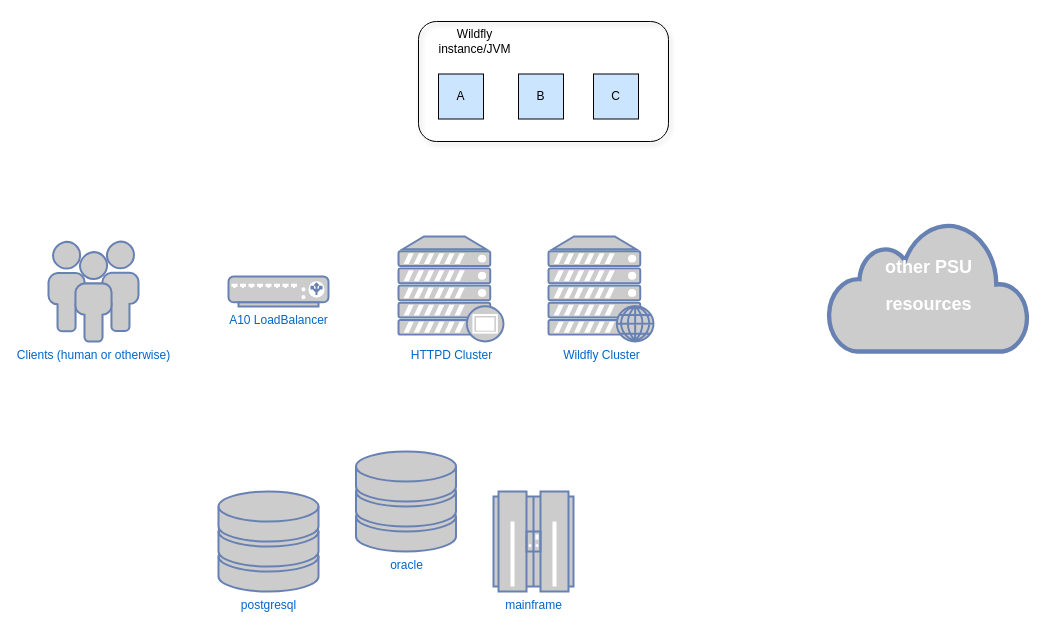
This is old-state.drawio from PennState/draw.io, a draw.io file, before an edit. Source tidied: cells renumbered, new cells numbered last; positions are measured from the earlier drawing's top-left corner, leaving out a move shared by most shapes. Both pictures are drawn from the tidied source at 100%, with x=0, y=0 at pixel (48, 21).
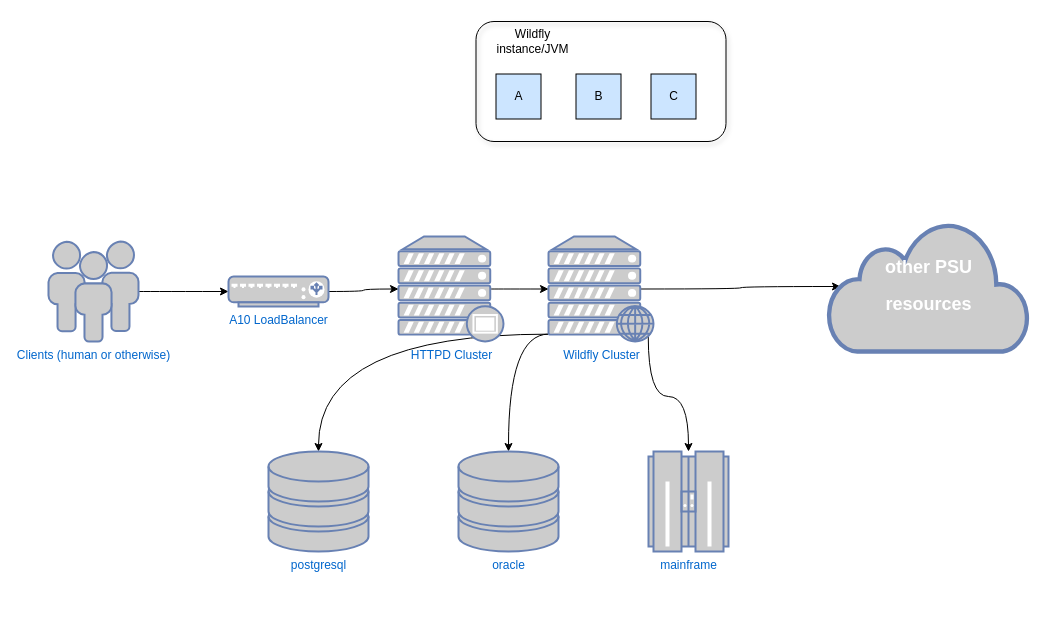
The same diagram, later.

The change refers to these unchanged cells:
```xml
<mxCell id="2" value="Clients (human or otherwise)" style="fontColor=#0066CC;verticalAlign=top;verticalLabelPosition=bottom;labelPosition=center;align=center;html=1;outlineConnect=0;fillColor=#CCCCCC;strokeColor=#6881B3;gradientColor=none;gradientDirection=north;strokeWidth=2;shape=mxgraph.networks.users;" parent="1" vertex="1">
  <mxGeometry y="220" width="90" height="100" as="geometry" />
</mxCell>
<mxCell id="3" value="&lt;div&gt;Wildfly Cluster&lt;/div&gt;" style="fontColor=#0066CC;verticalAlign=top;verticalLabelPosition=bottom;labelPosition=center;align=center;html=1;outlineConnect=0;fillColor=#CCCCCC;strokeColor=#6881B3;gradientColor=none;gradientDirection=north;strokeWidth=2;shape=mxgraph.networks.web_server;" parent="1" vertex="1">
  <mxGeometry x="500" y="215" width="105" height="105" as="geometry" />
</mxCell>
<mxCell id="4" value="&lt;div&gt;HTTPD Cluster&lt;/div&gt;" style="fontColor=#0066CC;verticalAlign=top;verticalLabelPosition=bottom;labelPosition=center;align=center;html=1;outlineConnect=0;fillColor=#CCCCCC;strokeColor=#6881B3;gradientColor=none;gradientDirection=north;strokeWidth=2;shape=mxgraph.networks.proxy_server;" parent="1" vertex="1">
  <mxGeometry x="350" y="215" width="105" height="105" as="geometry" />
</mxCell>
<mxCell id="5" value="A10 LoadBalancer" style="fontColor=#0066CC;verticalAlign=top;verticalLabelPosition=bottom;labelPosition=center;align=center;html=1;outlineConnect=0;fillColor=#CCCCCC;strokeColor=#6881B3;gradientColor=none;gradientDirection=north;strokeWidth=2;shape=mxgraph.networks.load_balancer;" parent="1" vertex="1">
  <mxGeometry x="180" y="255" width="100" height="30" as="geometry" />
</mxCell>
<mxCell id="9" value="&lt;div&gt;&lt;h2&gt;&lt;b&gt;other PSU&lt;/b&gt;&lt;/h2&gt;&lt;h2&gt;&lt;b&gt;resources&lt;/b&gt;&lt;/h2&gt;&lt;/div&gt;" style="html=1;outlineConnect=0;fillColor=#CCCCCC;strokeColor=#6881B3;gradientColor=none;gradientDirection=north;strokeWidth=2;shape=mxgraph.networks.cloud;fontColor=#ffffff;" parent="1" vertex="1">
  <mxGeometry x="780" y="200" width="200" height="130" as="geometry" />
</mxCell>
```

Change to the diagram source:
```diff
@@
+    <mxCell id="16" style="edgeStyle=orthogonalEdgeStyle;curved=1;rounded=0;jettySize=auto;html=1;exitX=1;exitY=0.5;exitDx=0;exitDy=0;exitPerimeter=0;entryX=0;entryY=0.5;entryDx=0;entryDy=0;entryPerimeter=0;" parent="1" edge="1" source="2" target="5">
+      <mxGeometry relative="1" as="geometry" />
+    </mxCell>
@@
+    <mxCell id="17" style="edgeStyle=orthogonalEdgeStyle;rounded=0;jettySize=auto;html=1;exitX=0.88;exitY=0.5;exitDx=0;exitDy=0;exitPerimeter=0;entryX=0.06;entryY=0.5;entryDx=0;entryDy=0;entryPerimeter=0;curved=1;" parent="1" edge="1" source="3" target="9">
+      <mxGeometry relative="1" as="geometry" />
+    </mxCell>
+    <mxCell id="18" style="edgeStyle=orthogonalEdgeStyle;rounded=0;jettySize=auto;html=1;exitX=0.95;exitY=0.95;exitDx=0;exitDy=0;exitPerimeter=0;curved=1;" parent="1" edge="1" source="3" target="8">
+      <mxGeometry relative="1" as="geometry" />
+    </mxCell>
+    <mxCell id="19" style="edgeStyle=orthogonalEdgeStyle;rounded=0;jettySize=auto;html=1;exitX=0;exitY=0.93;exitDx=0;exitDy=0;exitPerimeter=0;entryX=0.5;entryY=0;entryDx=0;entryDy=0;entryPerimeter=0;curved=1;" parent="1" edge="1" source="3" target="7">
+      <mxGeometry relative="1" as="geometry" />
+    </mxCell>
+    <mxCell id="20" style="edgeStyle=orthogonalEdgeStyle;curved=1;rounded=0;jettySize=auto;html=1;exitX=0;exitY=0.93;exitDx=0;exitDy=0;exitPerimeter=0;entryX=0.5;entryY=0;entryDx=0;entryDy=0;entryPerimeter=0;" parent="1" edge="1" source="3" target="6">
+      <mxGeometry relative="1" as="geometry" />
+    </mxCell>
@@
+    <mxCell id="21" style="edgeStyle=orthogonalEdgeStyle;rounded=0;jettySize=auto;html=1;exitX=0.88;exitY=0.5;exitDx=0;exitDy=0;exitPerimeter=0;entryX=0;entryY=0.5;entryDx=0;entryDy=0;entryPerimeter=0;curved=1;" parent="1" edge="1" source="4" target="3">
+      <mxGeometry relative="1" as="geometry" />
+    </mxCell>
@@
+    <mxCell id="22" style="edgeStyle=orthogonalEdgeStyle;rounded=0;jettySize=auto;html=1;exitX=1;exitY=0.5;exitDx=0;exitDy=0;exitPerimeter=0;curved=1;" parent="1" edge="1" source="5" target="4">
+      <mxGeometry relative="1" as="geometry" />
+    </mxCell>
@@
     <mxCell id="6" value="&lt;div&gt;postgresql&lt;/div&gt;" style="fontColor=#0066CC;verticalAlign=top;verticalLabelPosition=bottom;labelPosition=center;align=center;html=1;outlineConnect=0;fillColor=#CCCCCC;strokeColor=#6881B3;gradientColor=none;gradientDirection=north;strokeWidth=2;shape=mxgraph.networks.storage;" parent="1" vertex="1">
-      <mxGeometry x="170" y="470" width="100" height="100" as="geometry" />
+      <mxGeometry x="220" y="430" width="100" height="100" as="geometry" />
     </mxCell>
     <mxCell id="7" value="&lt;div&gt;oracle&lt;/div&gt;" style="fontColor=#0066CC;verticalAlign=top;verticalLabelPosition=bottom;labelPosition=center;align=center;html=1;outlineConnect=0;fillColor=#CCCCCC;strokeColor=#6881B3;gradientColor=none;gradientDirection=north;strokeWidth=2;shape=mxgraph.networks.storage;" parent="1" vertex="1">
-      <mxGeometry x="307.5" y="430" width="100" height="100" as="geometry" />
+      <mxGeometry x="410" y="430" width="100" height="100" as="geometry" />
     </mxCell>
     <mxCell id="8" value="mainframe" style="fontColor=#0066CC;verticalAlign=top;verticalLabelPosition=bottom;labelPosition=center;align=center;html=1;outlineConnect=0;fillColor=#CCCCCC;strokeColor=#6881B3;gradientColor=none;gradientDirection=north;strokeWidth=2;shape=mxgraph.networks.mainframe;" parent="1" vertex="1">
-      <mxGeometry x="445" y="470" width="80" height="100" as="geometry" />
+      <mxGeometry x="600" y="430" width="80" height="100" as="geometry" />
     </mxCell>
@@
     <mxCell id="10" style="group;" parent="1" vertex="1">
-      <mxGeometry x="370" width="250" height="120" as="geometry" />
+      <mxGeometry x="427.5" width="250" height="120" as="geometry" />
     </mxCell>
```
